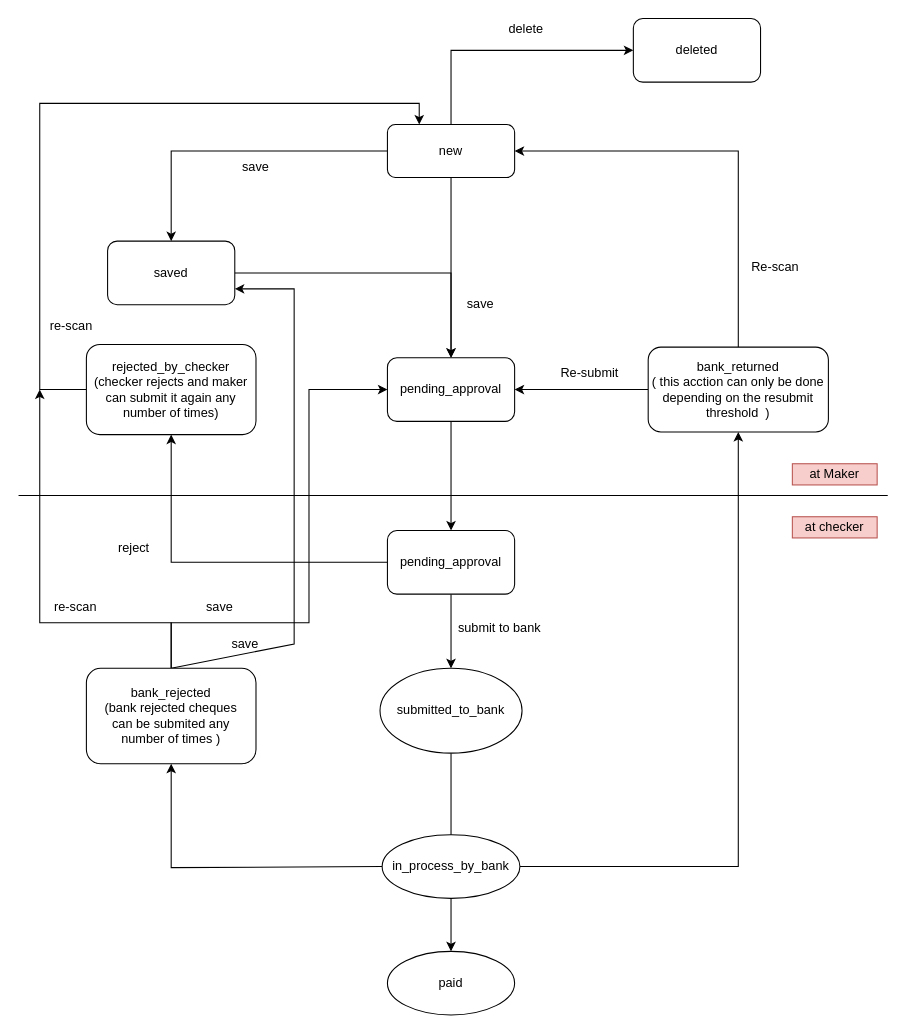
Before: page "Checker- Maker" (1 of 2) of Untitled Diagram.drawio in SyamuNani/maps, a draw.io diagram. Source tidied: cells renumbered, new cells numbered last; positions are measured from the earlier drawing's top-left corner, leaving out a move shared by most shapes. Both pictures are drawn from the tidied source at 106%, with x=0, y=0 at pixel (18, 18).
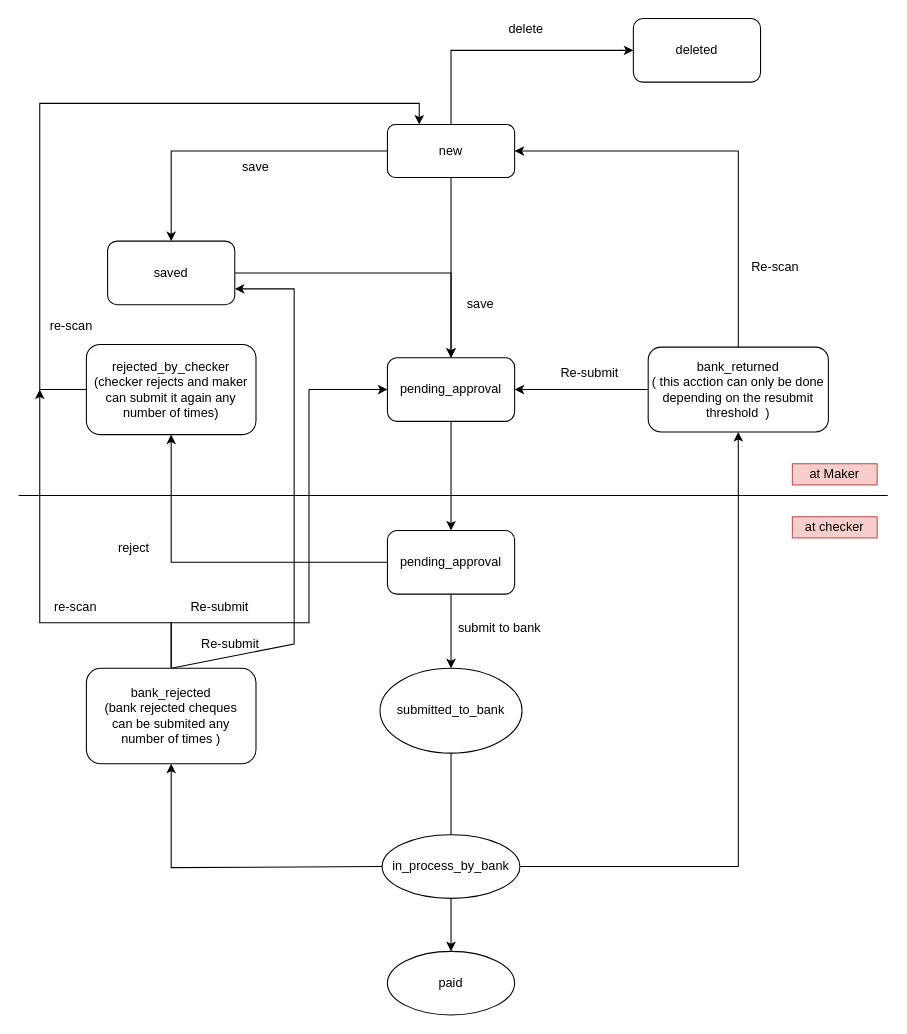
After the change.

Commit message:
edited api details

The edit, as a diff of the source:
```diff
@@
-    <mxCell id="29" value="save" style="text;html=1;strokeColor=none;fillColor=none;align=center;verticalAlign=middle;whiteSpace=wrap;rounded=0;" parent="1" vertex="1">
-      <mxGeometry x="184" y="580" width="60" height="20" as="geometry" />
+    <mxCell id="29" value="Re-submit" style="text;html=1;strokeColor=none;fillColor=none;align=center;verticalAlign=middle;whiteSpace=wrap;rounded=0;" parent="1" vertex="1">
+      <mxGeometry x="170" y="580" width="60" height="20" as="geometry" />
     </mxCell>
@@
-    <mxCell id="43" value="save" style="text;html=1;strokeColor=none;fillColor=none;align=center;verticalAlign=middle;whiteSpace=wrap;rounded=0;" parent="1" vertex="1">
+    <mxCell id="43" value="Re-submit" style="text;html=1;strokeColor=none;fillColor=none;align=center;verticalAlign=middle;whiteSpace=wrap;rounded=0;" parent="1" vertex="1">
       <mxGeometry x="160" y="545" width="60" height="20" as="geometry" />
     </mxCell>
```
